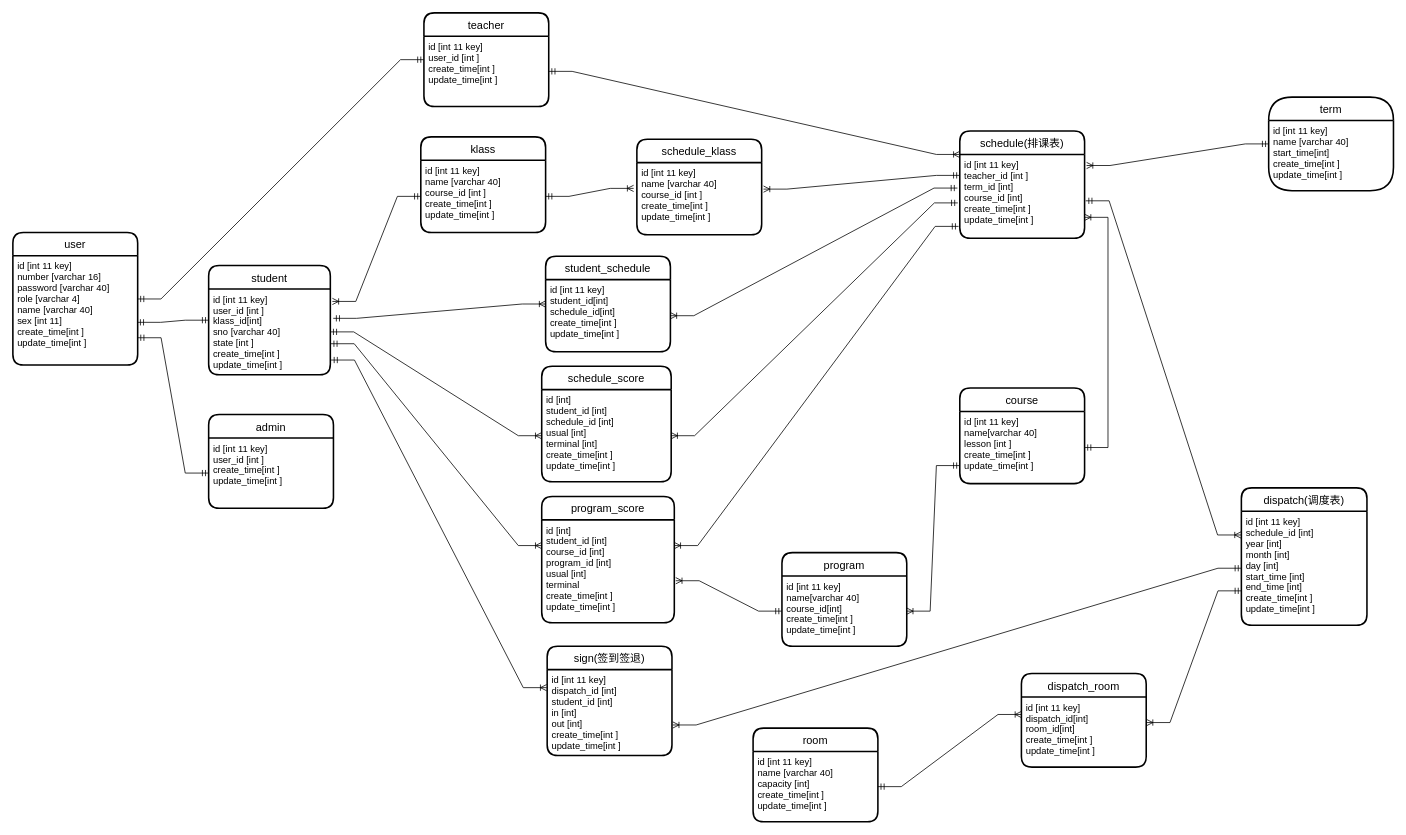
Before: document/ER.drawio in mengyunzhi/sign-in-through-code-scanning, a draw.io diagram. Source tidied: cells renumbered, new cells numbered last; positions are measured from the earlier drawing's top-left corner, leaving out a move shared by most shapes. Both pictures are drawn from the tidied source at 78%, with x=0, y=0 at pixel (12, 12).
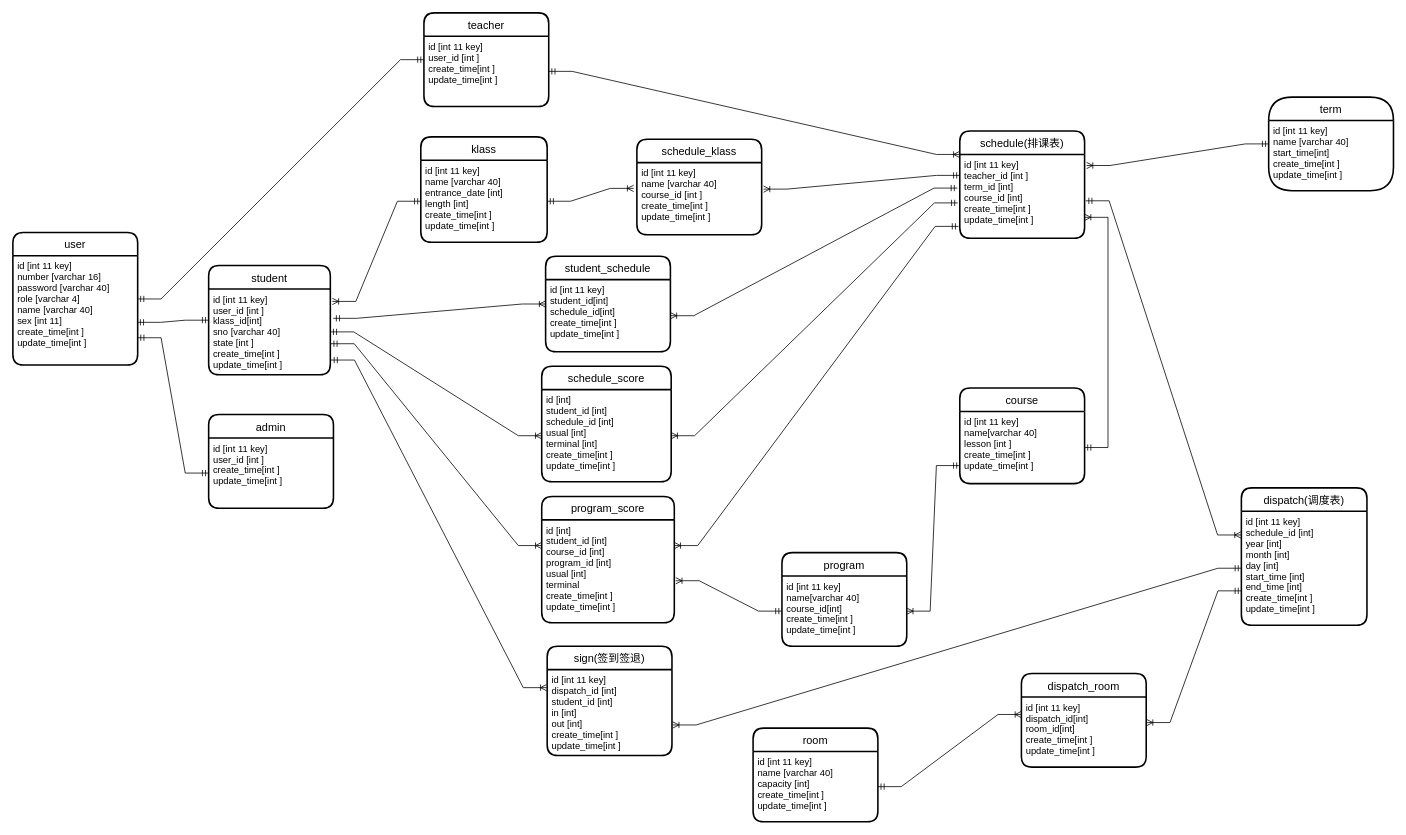
The same page after the edit.

Diff of the diagram source:
```diff
@@
     <mxCell id="4" value="klass" style="swimlane;horizontal=1;startSize=30;rounded=1;fontSize=14;fontStyle=0;strokeWidth=2;shadow=0;dashed=0;align=center;" parent="1" vertex="1">
-      <mxGeometry x="523" y="159" width="160" height="122.5" as="geometry" />
+      <mxGeometry x="523" y="159" width="162" height="135" as="geometry" />
     </mxCell>
-    <mxCell id="5" value="id [int 11 key]&#10;name [varchar 40]&#10;course_id [int ]&#10;create_time[int ]&#10;update_time[int ]&#10;&#10;&#10;" style="align=left;strokeColor=none;fillColor=none;spacingLeft=4;fontSize=12;verticalAlign=top;" parent="4" vertex="1">
-      <mxGeometry y="30" width="160" height="92.5" as="geometry" />
+    <mxCell id="5" value="id [int 11 key]&#10;name [varchar 40]&#10;entrance_date [int]&#10;length [int]&#10;create_time[int ]&#10;update_time[int ]&#10;&#10;&#10;" style="align=left;strokeColor=none;fillColor=none;spacingLeft=4;fontSize=12;verticalAlign=top;" parent="4" vertex="1">
+      <mxGeometry y="30" width="162" height="105" as="geometry" />
     </mxCell>
```
